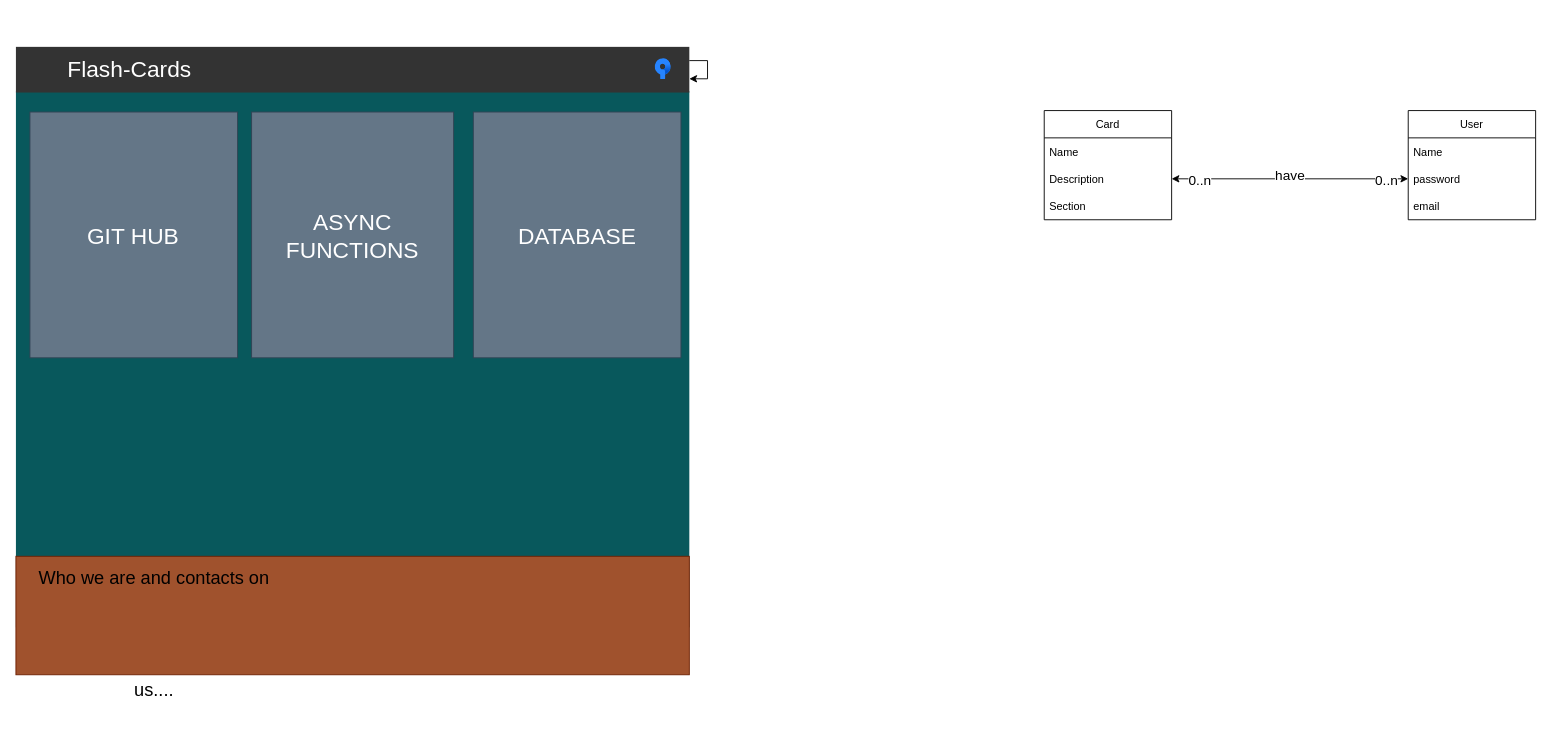
Before: flashcards.drawio in herianp/skolni-projekt, a draw.io diagram. Source tidied: cells renumbered, new cells numbered last; positions are measured from the earlier drawing's top-left corner, leaving out a move shared by most shapes. Both pictures are drawn from the tidied source at 91%, with x=0, y=0 at pixel (15, 46).
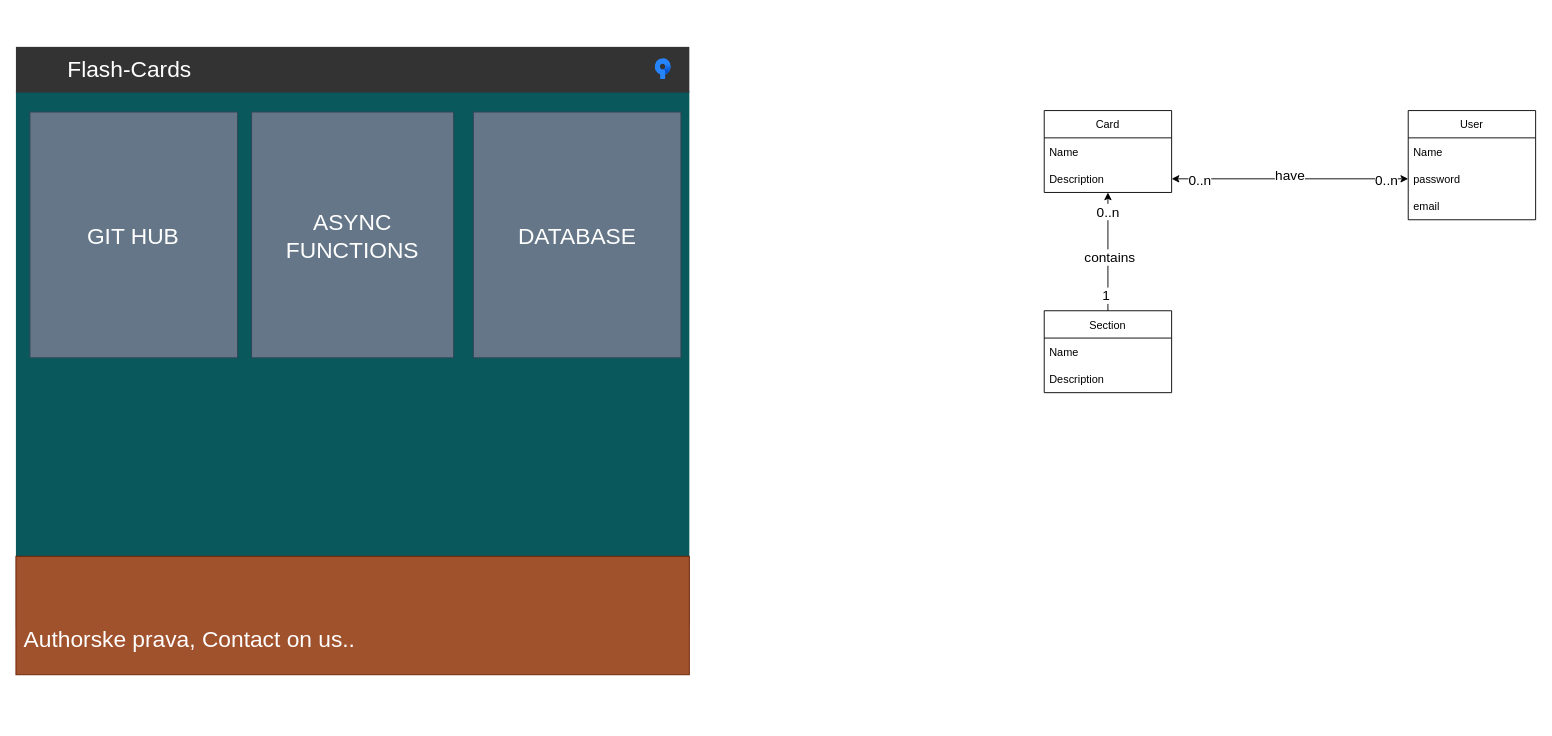
Above is the later version.

The change refers to these unchanged cells:
```xml
<mxCell id="2" style="group;" parent="1" vertex="1">
  <mxGeometry width="740" height="690" as="geometry" />
</mxCell>
<mxCell id="4" value="&lt;blockquote style=&quot;margin: 0 0 0 40px ; border: none ; padding: 0px&quot;&gt;&lt;br&gt;&lt;/blockquote&gt;" style="whiteSpace=wrap;html=1;rounded=0;shadow=0;dashed=0;strokeColor=none;strokeWidth=4;fillColor=#333333;gradientColor=none;fontFamily=Helvetica;fontSize=100;fontColor=#FFFFFF;align=left;" parent="2" vertex="1">
  <mxGeometry width="740" height="50.2" as="geometry" />
</mxCell>
```

Diff of the diagram source:
```diff
@@
-    <mxCell id="9" style="rounded=0;whiteSpace=wrap;html=1;fontSize=102;fillColor=#a0522d;fontColor=#ffffff;strokeColor=#6D1F00;" parent="2" vertex="1">
+    <mxCell id="9" value="&lt;font style=&quot;font-size: 25px&quot;&gt;&amp;nbsp;Authorske prava, Contact on us..&lt;/font&gt;" style="rounded=0;whiteSpace=wrap;html=1;fontSize=102;fillColor=#a0522d;fontColor=#ffffff;strokeColor=#6D1F00;align=left;" parent="2" vertex="1">
       <mxGeometry y="559.8" width="740" height="130.2" as="geometry" />
     </mxCell>
-    <mxCell id="10" value="&lt;font style=&quot;font-size: 20px&quot;&gt;Who we are and contacts on us....&lt;/font&gt;" style="text;html=1;strokeColor=none;fillColor=none;align=center;verticalAlign=middle;whiteSpace=wrap;rounded=0;fontSize=102;" parent="2" vertex="1">
-      <mxGeometry x="15.4" y="589.1" width="274.4" height="55.3" as="geometry" />
-    </mxCell>
-    <mxCell id="11" style="edgeStyle=orthogonalEdgeStyle;rounded=0;orthogonalLoop=1;jettySize=auto;html=1;fontSize=25;" parent="2" edge="1" source="4" target="4">
-      <mxGeometry relative="1" as="geometry" />
-    </mxCell>
@@
     <mxCell id="14" value="Card" style="swimlane;fontStyle=0;horizontal=1;startSize=30;" parent="1" vertex="1">
-      <mxGeometry x="1130" y="70" width="140" height="120" as="geometry" />
+      <mxGeometry x="1130" y="70" width="140" height="90" as="geometry" />
     </mxCell>
@@
-    <mxCell id="17" value="Section" style="text;strokeColor=none;fillColor=none;align=left;verticalAlign=middle;spacingLeft=4;spacingRight=4;overflow=hidden;points=[[0,0.5],[1,0.5]];portConstraint=eastwest;" parent="14" vertex="1">
-      <mxGeometry y="90" width="140" height="30" as="geometry" />
-    </mxCell>
@@
+    <mxCell id="17" value="Section" style="swimlane;fontStyle=0;horizontal=1;startSize=30;" parent="1" vertex="1">
+      <mxGeometry x="1130" y="290" width="140" height="90" as="geometry" />
+    </mxCell>
+    <mxCell id="26" value="Name" style="text;strokeColor=none;fillColor=none;align=left;verticalAlign=middle;spacingLeft=4;spacingRight=4;overflow=hidden;" parent="17" vertex="1">
+      <mxGeometry y="30" width="140" height="30" as="geometry" />
+    </mxCell>
+    <mxCell id="27" value="Description" style="text;strokeColor=none;fillColor=none;align=left;verticalAlign=middle;spacingLeft=4;spacingRight=4;overflow=hidden;" parent="17" vertex="1">
+      <mxGeometry y="60" width="140" height="30" as="geometry" />
+    </mxCell>
+    <mxCell id="28" style="endArrow=classic;html=1;rounded=0;fontSize=15;fontColor=#000000;exitX=0.5;exitY=0;exitDx=0;exitDy=0;" parent="1" edge="1" source="17">
+      <mxGeometry relative="1" as="geometry">
+        <mxPoint x="1200" y="160" as="targetPoint" />
+      </mxGeometry>
+    </mxCell>
+    <mxCell id="29" value="contains" style="edgeLabel;html=1;align=center;verticalAlign=middle;fontSize=15;fontColor=#000000;" parent="28" vertex="1">
+      <mxGeometry x="-0.65" y="-2" relative="1" as="geometry">
+        <mxPoint x="-1" y="-37" as="offset" />
+      </mxGeometry>
+    </mxCell>
+    <mxCell id="30" value="1" style="edgeLabel;html=1;align=center;verticalAlign=middle;fontSize=15;fontColor=#000000;" parent="28" vertex="1">
+      <mxGeometry x="-0.72" y="3" relative="1" as="geometry" />
+    </mxCell>
+    <mxCell id="31" value="0..n" style="edgeLabel;html=1;align=center;verticalAlign=middle;fontSize=15;fontColor=#000000;" parent="28" vertex="1">
+      <mxGeometry x="0.69" y="1" relative="1" as="geometry" />
+    </mxCell>
```
